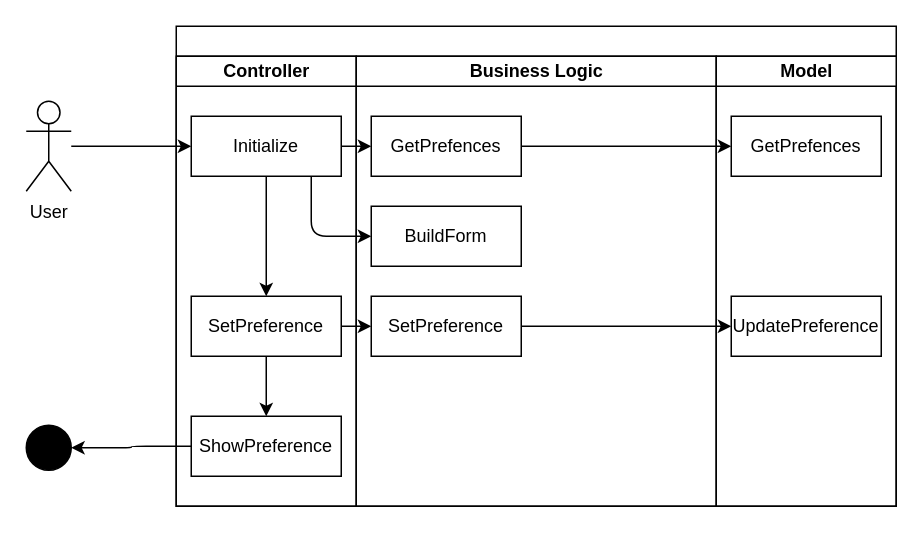
Before: diagrams/ASD/SetPreference.drawio in JochemGrootherder/educom-webshop-runtime-records, a draw.io diagram. Source tidied: cells renumbered, new cells numbered last; positions are measured from the earlier drawing's top-left corner, leaving out a move shared by most shapes. Both pictures are drawn from the tidied source at 150%, with x=0, y=0 at pixel (26, 26).
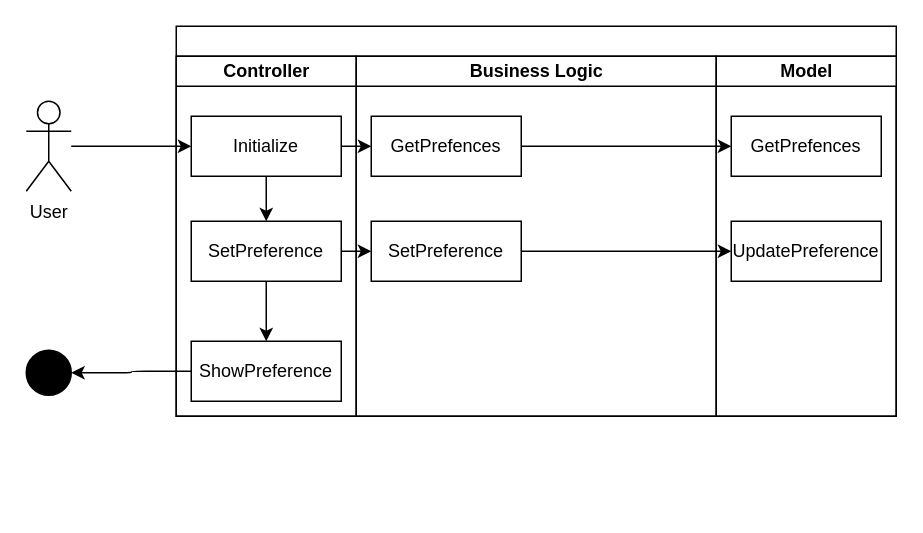
Above is the later version.

Unchanged cells that the change refers to:
```xml
<mxCell id="5" value="Initialize" style="rounded=0;whiteSpace=wrap;html=1;" parent="3" vertex="1">
  <mxGeometry x="10" y="40" width="100" height="40" as="geometry" />
</mxCell>
```

The edit, as a diff of the source:
```diff
@@
     <mxCell id="2" style="swimlane;startSize=20;html=1;" parent="1" vertex="1">
-      <mxGeometry x="100" width="480" height="320" as="geometry" />
+      <mxGeometry x="100" width="480" height="260" as="geometry" />
     </mxCell>
     <mxCell id="3" value="Controller" style="swimlane;startSize=20;html=1;" parent="2" vertex="1">
-      <mxGeometry y="20" width="120" height="300" as="geometry" />
+      <mxGeometry y="20" width="120" height="240" as="geometry" />
     </mxCell>
@@
     <mxCell id="7" value="SetPreference" style="rounded=0;whiteSpace=wrap;html=1;" parent="3" vertex="1">
-      <mxGeometry x="10" y="160" width="100" height="40" as="geometry" />
+      <mxGeometry x="10" y="110" width="100" height="40" as="geometry" />
     </mxCell>
     <mxCell id="8" value="ShowPreference" style="rounded=0;whiteSpace=wrap;html=1;" parent="3" vertex="1">
-      <mxGeometry x="10" y="240" width="100" height="40" as="geometry" />
+      <mxGeometry x="10" y="190" width="100" height="40" as="geometry" />
     </mxCell>
     <mxCell id="9" value="Business Logic" style="swimlane;startSize=20;html=1;" parent="2" vertex="1">
-      <mxGeometry x="120" y="20" width="240" height="300" as="geometry" />
+      <mxGeometry x="120" y="20" width="240" height="240" as="geometry" />
     </mxCell>
     <mxCell id="10" value="SetPreference" style="rounded=0;whiteSpace=wrap;html=1;" parent="9" vertex="1">
-      <mxGeometry x="10" y="160" width="100" height="40" as="geometry" />
+      <mxGeometry x="10" y="110" width="100" height="40" as="geometry" />
     </mxCell>
@@
-    <mxCell id="12" value="BuildForm" style="rounded=0;whiteSpace=wrap;html=1;" parent="9" vertex="1">
-      <mxGeometry x="10" y="100" width="100" height="40" as="geometry" />
-    </mxCell>
     <mxCell id="13" value="Model" style="swimlane;startSize=20;html=1;" parent="2" vertex="1">
-      <mxGeometry x="360" y="20" width="120" height="300" as="geometry" />
+      <mxGeometry x="360" y="20" width="120" height="240" as="geometry" />
     </mxCell>
     <mxCell id="14" value="UpdatePreference" style="rounded=0;whiteSpace=wrap;html=1;" parent="13" vertex="1">
-      <mxGeometry x="10" y="160" width="100" height="40" as="geometry" />
+      <mxGeometry x="10" y="110" width="100" height="40" as="geometry" />
     </mxCell>
@@
-    <mxCell id="20" style="edgeStyle=orthogonalEdgeStyle;html=1;" parent="2" edge="1" source="5" target="12">
-      <mxGeometry relative="1" as="geometry">
-        <Array as="points">
-          <mxPoint x="90" y="140" />
-        </Array>
-      </mxGeometry>
-    </mxCell>
@@
     <mxCell id="23" style="ellipse;fillColor=strokeColor;fontSize=15;" parent="1" vertex="1">
-      <mxGeometry y="266" width="30" height="30" as="geometry" />
+      <mxGeometry y="216" width="30" height="30" as="geometry" />
     </mxCell>
```
